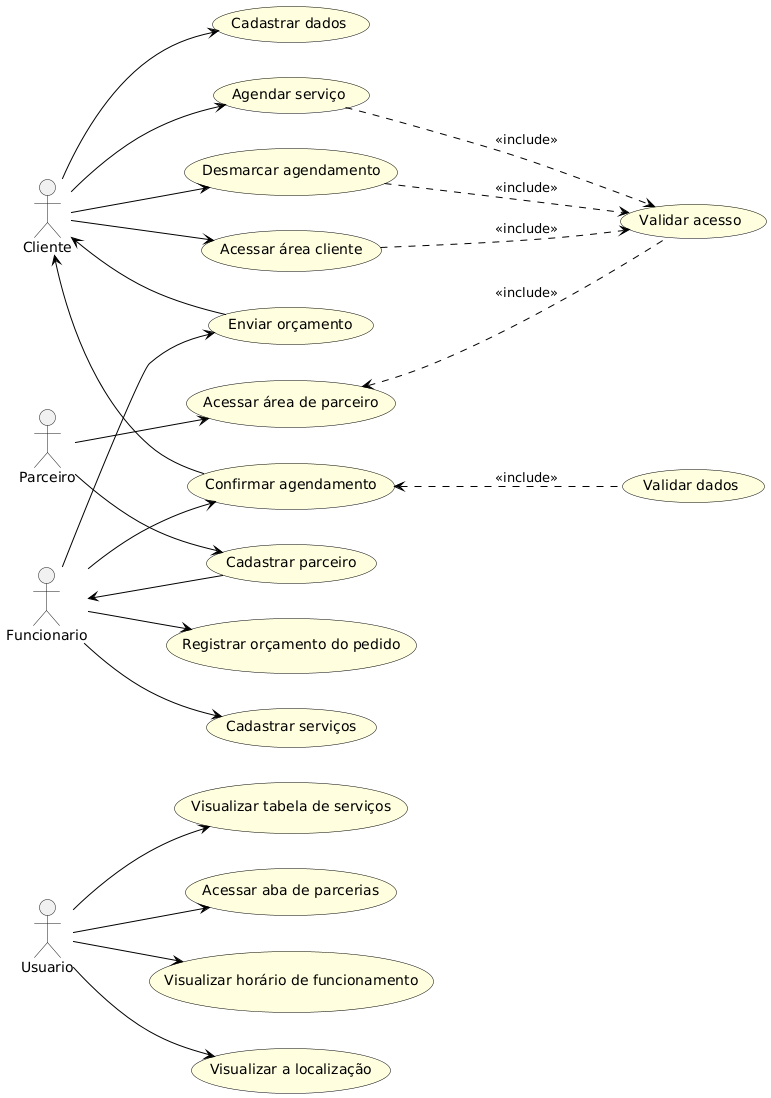
Above: Imagens_Diagramas/casos_de_uso.png in Lvion/Avalia-o-Qualidade-de-Projetos (PlantUML), before the change. The source it was exported from:
```plantuml
@startuml
left to right direction
skinparam packageStyle rect
skinparam usecase {
  BackgroundColor LightYellow
  BorderColor Black
  ArrowColor Black
}

actor Usuario
actor Cliente
actor Parceiro
actor Funcionario

Usuario --> (Visualizar tabela de serviços)
Usuario --> (Acessar aba de parcerias)
Usuario --> (Visualizar horário de funcionamento)
Usuario --> (Visualizar a localização)

Parceiro --> (Cadastrar parceiro)
Funcionario <-- (Cadastrar parceiro)
Parceiro --> (Acessar área de parceiro)

Cliente --> (Cadastrar dados)
Cliente --> (Agendar serviço)
Cliente --> (Desmarcar agendamento)
Cliente --> (Acessar área cliente)
Cliente <-- (Enviar orçamento)
Cliente <-- (Confirmar agendamento)

Funcionario --> (Registrar orçamento do pedido)
Funcionario --> (Cadastrar serviços)
Funcionario --> (Enviar orçamento)
Funcionario --> (Confirmar agendamento)

(Acessar área cliente) -.-> (Validar acesso) : <<include>>
(Acessar área de parceiro) <-.- (Validar acesso) : <<include>>
(Agendar serviço) -.-> (Validar acesso) : <<include>>
(Desmarcar agendamento) -.-> (Validar acesso) : <<include>>
(Confirmar agendamento) <-.- (Validar dados) : <<include>>
@enduml
```
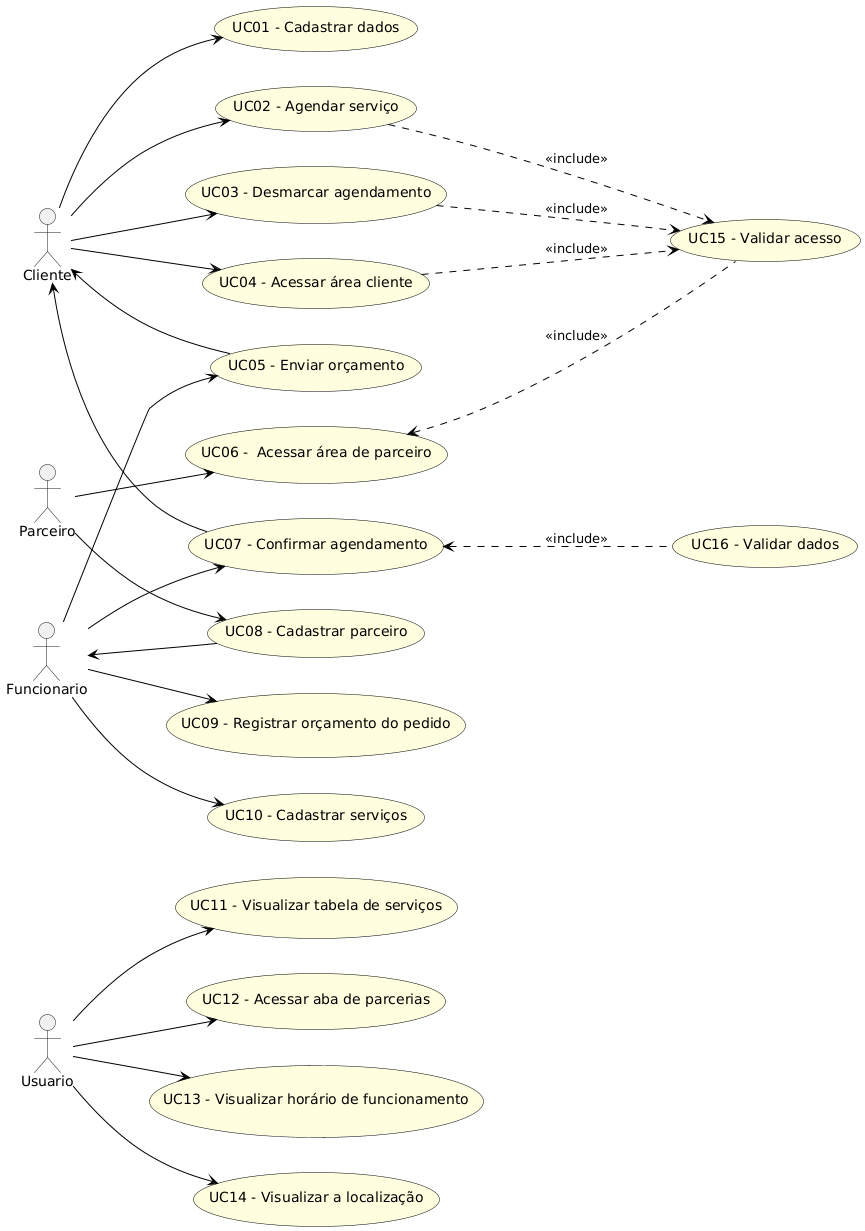
The same file after the commit.

Diff of the diagram source:
```diff
@@ -12,30 +12,30 @@
 actor Parceiro
 actor Funcionario
 
-Usuario --> (Visualizar tabela de serviços)
-Usuario --> (Acessar aba de parcerias)
-Usuario --> (Visualizar horário de funcionamento)
-Usuario --> (Visualizar a localização)
+Usuario --> (UC11 - Visualizar tabela de serviços)
+Usuario --> (UC12 - Acessar aba de parcerias)
+Usuario --> (UC13 - Visualizar horário de funcionamento)
+Usuario --> (UC14 - Visualizar a localização)
 
-Parceiro --> (Cadastrar parceiro)
-Funcionario <-- (Cadastrar parceiro)
-Parceiro --> (Acessar área de parceiro)
+Parceiro --> (UC08 - Cadastrar parceiro)
+Funcionario <-- (UC08 - Cadastrar parceiro)
+Parceiro --> (UC06 -  Acessar área de parceiro)
 
-Cliente --> (Cadastrar dados)
-Cliente --> (Agendar serviço)
-Cliente --> (Desmarcar agendamento)
-Cliente --> (Acessar área cliente)
-Cliente <-- (Enviar orçamento)
-Cliente <-- (Confirmar agendamento)
+Cliente --> (UC01 - Cadastrar dados)
+Cliente --> (UC02 - Agendar serviço)
+Cliente --> (UC03 - Desmarcar agendamento)
+Cliente --> (UC04 - Acessar área cliente)
+Cliente <-- (UC05 - Enviar orçamento)
+Cliente <-- (UC07 - Confirmar agendamento)
 
-Funcionario --> (Registrar orçamento do pedido)
-Funcionario --> (Cadastrar serviços)
-Funcionario --> (Enviar orçamento)
-Funcionario --> (Confirmar agendamento)
+Funcionario --> (UC09 - Registrar orçamento do pedido)
+Funcionario --> (UC10 - Cadastrar serviços)
+Funcionario --> (UC05 - Enviar orçamento)
+Funcionario --> (UC07 - Confirmar agendamento)
 
-(Acessar área cliente) -.-> (Validar acesso) : <<include>>
-(Acessar área de parceiro) <-.- (Validar acesso) : <<include>>
-(Agendar serviço) -.-> (Validar acesso) : <<include>>
-(Desmarcar agendamento) -.-> (Validar acesso) : <<include>>
-(Confirmar agendamento) <-.- (Validar dados) : <<include>>
+(UC04 - Acessar área cliente) -.-> (UC15 - Validar acesso) : <<include>>
+(UC06 -  Acessar área de parceiro) <-.- (UC15 - Validar acesso) : <<include>>
+(UC02 - Agendar serviço) -.-> (UC15 - Validar acesso) : <<include>>
+(UC03 - Desmarcar agendamento) -.-> (UC15 - Validar acesso) : <<include>>
+(UC07 - Confirmar agendamento) <-.- (UC16 - Validar dados) : <<include>>
 @enduml
```
